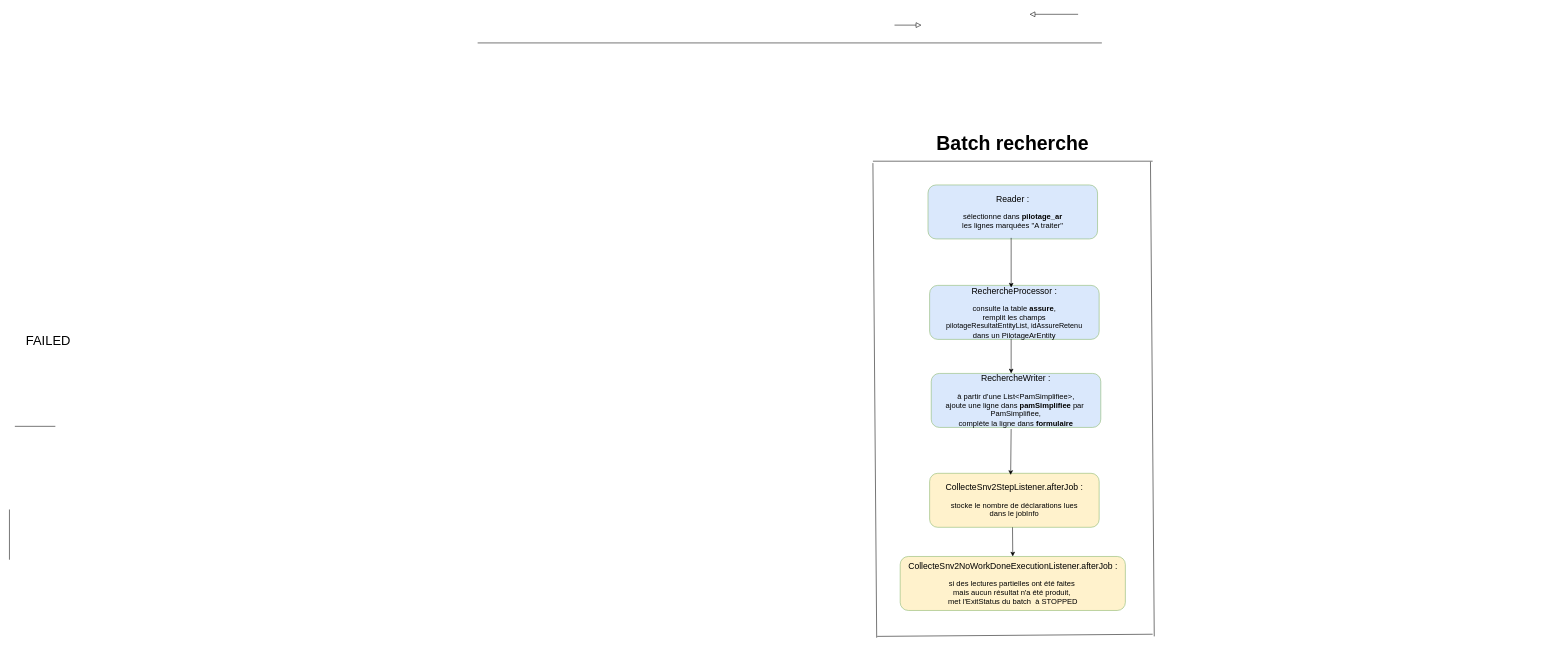
Above: Copie de flux_decipam_snv2_collecte.drawio in ewan-delanoy/uml_diagram (draw.io), before the change. Source tidied: cells renumbered, new cells numbered last; positions are measured from the earlier drawing's top-left corner, leaving out a move shared by most shapes. Both pictures are drawn from the tidied source at 54%, with x=0, y=0 at pixel (9, 14).
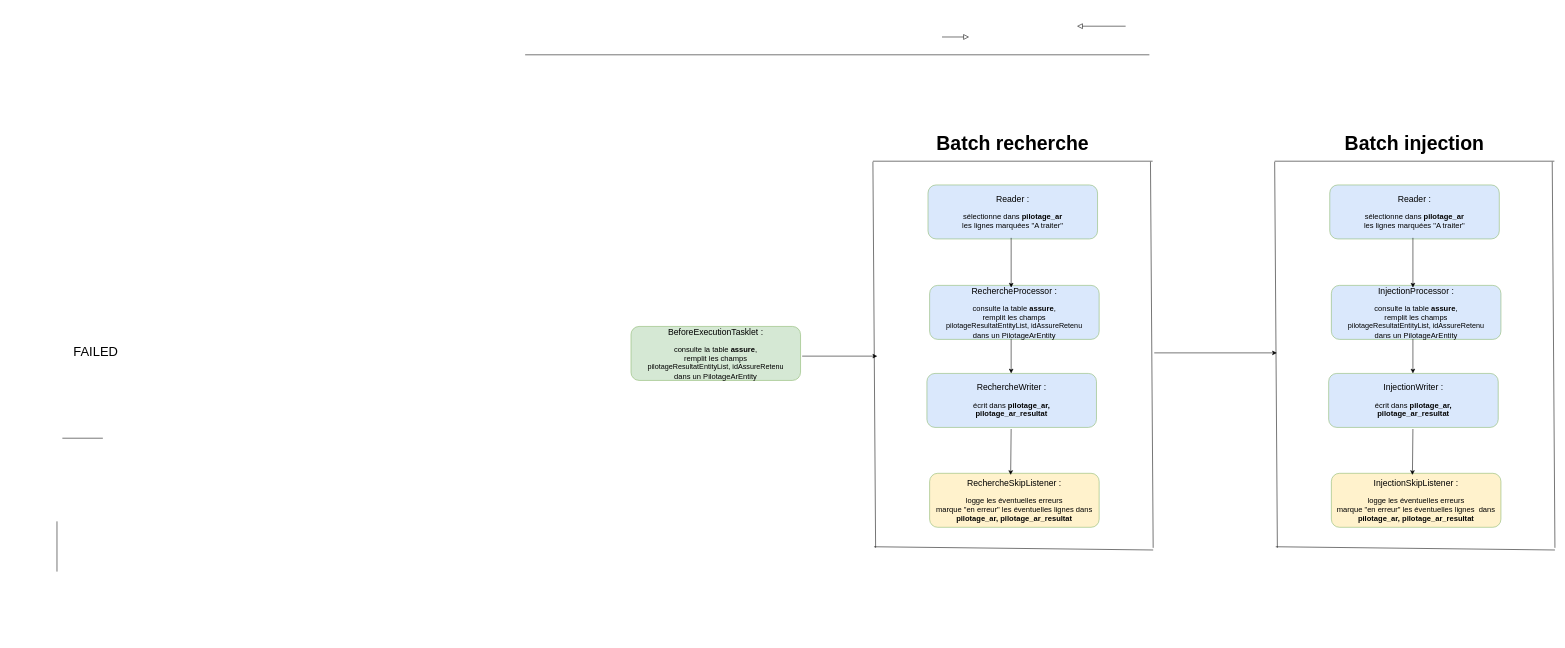
Above is the later version.

Commit message:
Mettre à jour Copie de flux_decipam_snv2_collecte.drawio

Change to the diagram source:
```diff
@@
     <mxCell id="2" style="edgeStyle=orthogonalEdgeStyle;rounded=1;html=1;jettySize=auto;orthogonalLoop=1;fontSize=11;endArrow=block;endFill=0;endSize=8;strokeWidth=1;shadow=0;labelBackgroundColor=none;" parent="1" edge="1">
       <mxGeometry y="10" relative="1" as="geometry">
-        <mxPoint x="1979" as="sourcePoint" />
-        <mxPoint x="1889" as="targetPoint" />
+        <mxPoint x="2067" y="22" as="sourcePoint" />
+        <mxPoint x="1977" y="22" as="targetPoint" />
       </mxGeometry>
     </mxCell>
     <mxCell id="3" style="edgeStyle=orthogonalEdgeStyle;rounded=1;html=1;jettySize=auto;orthogonalLoop=1;fontSize=11;endArrow=block;endFill=0;endSize=8;strokeWidth=1;shadow=0;labelBackgroundColor=none;" parent="1" edge="1">
       <mxGeometry y="10" relative="1" as="geometry">
-        <mxPoint x="1639" y="20" as="sourcePoint" />
-        <mxPoint x="1689" y="20" as="targetPoint" />
+        <mxPoint x="1727" y="42" as="sourcePoint" />
+        <mxPoint x="1777" y="42" as="targetPoint" />
       </mxGeometry>
     </mxCell>
     <mxCell id="4" style="endArrow=none;html=1;rounded=0;" parent="1" edge="1">
       <mxGeometry relative="1" as="geometry">
-        <mxPoint x="867" y="53" as="sourcePoint" />
-        <mxPoint x="2023" y="53" as="targetPoint" />
+        <mxPoint x="955" y="75" as="sourcePoint" />
+        <mxPoint x="2111" y="75" as="targetPoint" />
       </mxGeometry>
     </mxCell>
@@
-    <mxCell id="7" value="&lt;div&gt;&lt;font style=&quot;font-size: 16px;&quot;&gt;RechercheWriter :&lt;/font&gt;&lt;/div&gt; &lt;div&gt;&lt;br&gt;&lt;/div&gt;&lt;div&gt;&lt;font style=&quot;font-size: 14px;&quot;&gt;à partir d'une List&amp;lt;PamSimplifiee&amp;gt;,&lt;/font&gt;&lt;/div&gt;&lt;div&gt;&lt;font style=&quot;font-size: 14px;&quot;&gt;ajoute une ligne dans &lt;/font&gt;&lt;font style=&quot;font-size: 14px;&quot;&gt;&lt;b&gt;pamSimplifiee&lt;/b&gt;&lt;/font&gt;&lt;font style=&quot;font-size: 14px;&quot;&gt; par&amp;nbsp; &lt;/font&gt;&lt;font style=&quot;font-size: 14px;&quot;&gt;PamSimplifiee,&lt;/font&gt;&lt;/div&gt;&lt;div&gt;&lt;font style=&quot;font-size: 14px;&quot;&gt;complète la ligne dans &lt;b&gt;formulaire&lt;/b&gt;&lt;/font&gt;&lt;/div&gt;" style="rounded=1;whiteSpace=wrap;html=1;fontSize=12;glass=0;strokeWidth=1;shadow=0;fillColor=#dae8fc;strokeColor=#82b366;" parent="1" vertex="1">
-      <mxGeometry x="1707" y="665" width="314" height="100" as="geometry" />
+    <mxCell id="7" value="&lt;div&gt;&lt;font style=&quot;font-size: 16px;&quot;&gt;RechercheWriter :&lt;/font&gt;&lt;/div&gt; &lt;div&gt;&lt;br&gt;&lt;/div&gt;&lt;div&gt;&lt;font style=&quot;font-size: 14px;&quot;&gt;écrit dans &lt;b&gt;pilotage_ar,&lt;/b&gt;&lt;/font&gt;&lt;/div&gt;&lt;div&gt;&lt;b&gt;&lt;font style=&quot;font-size: 14px;&quot;&gt;pilotage_ar_resultat&lt;br&gt;&lt;/font&gt;&lt;/b&gt;&lt;/div&gt;" style="rounded=1;whiteSpace=wrap;html=1;fontSize=12;glass=0;strokeWidth=1;shadow=0;fillColor=#dae8fc;strokeColor=#82b366;" parent="1" vertex="1">
+      <mxGeometry x="1699" y="665" width="314" height="100" as="geometry" />
     </mxCell>
-    <mxCell id="8" value="&lt;div&gt;&lt;font style=&quot;font-size: 16px;&quot;&gt;CollecteSnv2StepListener.afterJob :&lt;/font&gt;&lt;/div&gt; &lt;div&gt;&lt;br&gt;&lt;/div&gt;&lt;div&gt;&lt;font style=&quot;font-size: 14px;&quot;&gt;stocke le nombre de déclarations lues&lt;/font&gt;&lt;/div&gt;&lt;div&gt;&lt;font style=&quot;font-size: 14px;&quot;&gt;dans le jobInfo&lt;br&gt;&lt;/font&gt;&lt;/div&gt;" style="rounded=1;whiteSpace=wrap;html=1;fontSize=12;glass=0;strokeWidth=1;shadow=0;fillColor=#fff2cc;strokeColor=#82b366;" parent="1" vertex="1">
+    <mxCell id="8" value="&lt;div&gt;&lt;font style=&quot;font-size: 16px;&quot;&gt;RechercheSkipListener :&lt;/font&gt;&lt;/div&gt; &lt;div&gt;&lt;br&gt;&lt;/div&gt;&lt;div&gt;&lt;font style=&quot;font-size: 14px;&quot;&gt;logge les éventuelles erreurs&lt;/font&gt;&lt;/div&gt;&lt;div&gt;&lt;font style=&quot;font-size: 14px;&quot;&gt;marque &quot;en erreur&quot; les éventuelles lignes dans&lt;/font&gt;&lt;/div&gt;&lt;div&gt;&lt;font style=&quot;font-size: 14px;&quot;&gt;&lt;b&gt;pilotage_ar, &lt;/b&gt;&lt;/font&gt;&lt;b&gt;&lt;font style=&quot;font-size: 14px;&quot;&gt;pilotage_ar_resultat&lt;/font&gt;&lt;/b&gt;&lt;/div&gt;" style="rounded=1;whiteSpace=wrap;html=1;fontSize=12;glass=0;strokeWidth=1;shadow=0;fillColor=#fff2cc;strokeColor=#82b366;" parent="1" vertex="1">
       <mxGeometry x="1704" y="850" width="314" height="100" as="geometry" />
     </mxCell>
-    <mxCell id="9" value="&lt;div&gt;&lt;font style=&quot;font-size: 16px;&quot;&gt;CollecteSnv2NoWorkDoneExecutionListener.afterJob :&lt;/font&gt;&lt;/div&gt; &lt;div&gt;&lt;br&gt;&lt;/div&gt;&lt;div&gt;&lt;font style=&quot;font-size: 14px;&quot;&gt;si des lectures partielles ont été faites&amp;nbsp;&lt;/font&gt;&lt;/div&gt;&lt;div&gt;&lt;font style=&quot;font-size: 14px;&quot;&gt;mais aucun résultat n'a été produit,&amp;nbsp;&lt;/font&gt;&lt;/div&gt;&lt;div&gt;&lt;font style=&quot;font-size: 14px;&quot;&gt;met l'ExitStatus du batch&amp;nbsp; à STOPPED&lt;br&gt;&lt;/font&gt;&lt;/div&gt;" style="rounded=1;whiteSpace=wrap;html=1;fontSize=12;glass=0;strokeWidth=1;shadow=0;fillColor=#fff2cc;strokeColor=#82b366;" parent="1" vertex="1">
-      <mxGeometry x="1649.5" y="1004" width="417" height="100" as="geometry" />
-    </mxCell>
     <mxCell id="10" style="endArrow=none;html=1;rounded=0;" parent="1" edge="1">
       <mxGeometry relative="1" as="geometry">
-        <mxPoint x="10" y="763" as="sourcePoint" />
-        <mxPoint x="85" y="763" as="targetPoint" />
+        <mxPoint x="98" y="785" as="sourcePoint" />
+        <mxPoint x="173" y="785" as="targetPoint" />
       </mxGeometry>
     </mxCell>
@@
     <mxCell id="12" style="endArrow=none;html=1;rounded=0;" parent="1" edge="1">
       <mxGeometry relative="1" as="geometry">
-        <mxPoint x="1607" y="1152" as="sourcePoint" />
-        <mxPoint x="2117" y="1148" as="targetPoint" />
+        <mxPoint x="1601" y="986" as="sourcePoint" />
+        <mxPoint x="2118" y="992" as="targetPoint" />
       </mxGeometry>
     </mxCell>
     <mxCell id="13" style="endArrow=none;html=1;rounded=0;" parent="1" edge="1">
       <mxGeometry relative="1" as="geometry">
-        <mxPoint y="917" as="sourcePoint" />
-        <mxPoint y="1010" as="targetPoint" />
+        <mxPoint x="88" y="939" as="sourcePoint" />
+        <mxPoint x="88" y="1032" as="targetPoint" />
       </mxGeometry>
     </mxCell>
     <mxCell id="14" style="endArrow=none;html=1;rounded=0;" parent="1" edge="1">
       <mxGeometry relative="1" as="geometry">
         <mxPoint x="2113" y="273" as="sourcePoint" />
-        <mxPoint x="2120" y="1152" as="targetPoint" />
+        <mxPoint x="2118" y="988" as="targetPoint" />
       </mxGeometry>
     </mxCell>
-    <mxCell id="15" style="endArrow=none;html=1;rounded=0;" parent="1" edge="1">
-      <mxGeometry relative="1" as="geometry">
-        <mxPoint x="1599" y="275.5" as="sourcePoint" />
-        <mxPoint x="1606" y="1154.5" as="targetPoint" />
-      </mxGeometry>
-    </mxCell>
@@
-    <mxCell id="20" style="endArrow=classic;html=1;rounded=0;entryX=0.5;entryY=0;entryDx=0;entryDy=0;" parent="1" edge="1" target="9">
-      <mxGeometry relative="1" as="geometry">
-        <mxPoint x="1857.5" y="950" as="sourcePoint" />
-      </mxGeometry>
-    </mxCell>
     <mxCell id="21" value="&lt;font style=&quot;font-size: 24px;&quot;&gt;FAILED&lt;/font&gt;" style="text;html=1;align=center;verticalAlign=middle;whiteSpace=wrap;rounded=0;" parent="1" vertex="1">
-      <mxGeometry x="7" y="574" width="130" height="60" as="geometry" />
+      <mxGeometry x="95" y="596" width="130" height="60" as="geometry" />
     </mxCell>
+    <mxCell id="22" style="endArrow=none;html=1;rounded=0;" parent="1" edge="1">
+      <mxGeometry relative="1" as="geometry">
+        <mxPoint x="1599" y="273" as="sourcePoint" />
+        <mxPoint x="1604" y="988" as="targetPoint" />
+      </mxGeometry>
+    </mxCell>
+    <mxCell id="23" value="&lt;div&gt;&lt;font style=&quot;font-size: 16px;&quot;&gt;Reader :&lt;/font&gt;&lt;/div&gt; &lt;div&gt;&lt;br&gt;&lt;/div&gt;&lt;div&gt;&lt;font style=&quot;font-size: 14px;&quot;&gt;sélectionne dans &lt;b&gt;pilotage_ar&lt;/b&gt;&lt;/font&gt;&lt;/div&gt;&lt;div&gt;&lt;font style=&quot;font-size: 14px;&quot;&gt;les lignes marquées &quot;A traiter&quot;&lt;br&gt;&lt;/font&gt;&lt;/div&gt;" style="rounded=1;whiteSpace=wrap;html=1;fontSize=12;glass=0;strokeWidth=1;shadow=0;fillColor=#dae8fc;strokeColor=#82b366;" parent="1" vertex="1">
+      <mxGeometry x="2445" y="316" width="314" height="100" as="geometry" />
+    </mxCell>
+    <mxCell id="24" value="&lt;div&gt;&lt;font style=&quot;font-size: 16px;&quot;&gt;InjectionProcessor :&lt;/font&gt;&lt;/div&gt; &lt;div&gt;&lt;br&gt;&lt;/div&gt;&lt;div&gt;&lt;font style=&quot;font-size: 14px;&quot;&gt;consulte la table &lt;b&gt;assure&lt;/b&gt;,&lt;/font&gt;&lt;/div&gt;&lt;div&gt;&lt;font style=&quot;font-size: 14px;&quot;&gt;remplit les champs &lt;br&gt;&lt;/font&gt;&lt;/div&gt;&lt;div&gt;&lt;span style=&quot;font-size:10.0pt;mso-bidi-font-size:11.0pt;&lt;br/&gt;line-height:115%;font-family:&amp;quot;Arial&amp;quot;,sans-serif;mso-fareast-font-family:Calibri;&lt;br/&gt;mso-bidi-font-family:Calibri;mso-ansi-language:FR;mso-fareast-language:EN-US;&lt;br/&gt;mso-bidi-language:AR-SA&quot;&gt;pilotageResultatEntityList, idAssureRetenu&lt;/span&gt;&lt;/div&gt;&lt;div&gt;&lt;font style=&quot;font-size: 14px;&quot;&gt;&lt;span style=&quot;font-family: &amp;quot;Arial&amp;quot;, sans-serif;&quot;&gt;dan&lt;/span&gt;&lt;span style=&quot;font-family: &amp;quot;Arial&amp;quot;, sans-serif;&quot;&gt;s un PilotageArEntity&lt;br&gt;&lt;/span&gt;&lt;/font&gt;&lt;/div&gt;" style="rounded=1;whiteSpace=wrap;html=1;fontSize=12;glass=0;strokeWidth=1;shadow=0;fillColor=#dae8fc;strokeColor=#82b366;" parent="1" vertex="1">
+      <mxGeometry x="2448" y="502" width="314" height="100" as="geometry" />
+    </mxCell>
+    <mxCell id="25" value="&lt;div&gt;&lt;font style=&quot;font-size: 16px;&quot;&gt;InjectionWriter :&lt;/font&gt;&lt;/div&gt; &lt;div&gt;&lt;br&gt;&lt;/div&gt;&lt;div&gt;&lt;font style=&quot;font-size: 14px;&quot;&gt;écrit dans &lt;b&gt;pilotage_ar,&lt;/b&gt;&lt;/font&gt;&lt;/div&gt;&lt;div&gt;&lt;b&gt;&lt;font style=&quot;font-size: 14px;&quot;&gt;pilotage_ar_resultat&lt;br&gt;&lt;/font&gt;&lt;/b&gt;&lt;/div&gt;" style="rounded=1;whiteSpace=wrap;html=1;fontSize=12;glass=0;strokeWidth=1;shadow=0;fillColor=#dae8fc;strokeColor=#82b366;" parent="1" vertex="1">
+      <mxGeometry x="2443" y="665" width="314" height="100" as="geometry" />
+    </mxCell>
+    <mxCell id="26" value="&lt;div&gt;&lt;font style=&quot;font-size: 16px;&quot;&gt;InjectionSkipListener :&lt;/font&gt;&lt;/div&gt; &lt;div&gt;&lt;br&gt;&lt;/div&gt;&lt;div&gt;&lt;font style=&quot;font-size: 14px;&quot;&gt;logge les éventuelles erreurs&lt;/font&gt;&lt;/div&gt;&lt;div&gt;&lt;font style=&quot;font-size: 14px;&quot;&gt;marque &quot;en erreur&quot; les éventuelles lignes&amp;nbsp; dans&lt;/font&gt;&lt;/div&gt;&lt;div&gt;&lt;font style=&quot;font-size: 14px;&quot;&gt;&lt;b&gt;pilotage_ar, &lt;/b&gt;&lt;/font&gt;&lt;b&gt;&lt;font style=&quot;font-size: 14px;&quot;&gt;pilotage_ar_resultat&lt;/font&gt;&lt;/b&gt;&lt;/div&gt;" style="rounded=1;whiteSpace=wrap;html=1;fontSize=12;glass=0;strokeWidth=1;shadow=0;fillColor=#fff2cc;strokeColor=#82b366;" parent="1" vertex="1">
+      <mxGeometry x="2448" y="850" width="314" height="100" as="geometry" />
+    </mxCell>
+    <mxCell id="27" style="endArrow=none;html=1;rounded=0;" parent="1" edge="1">
+      <mxGeometry relative="1" as="geometry">
+        <mxPoint x="2343" y="272" as="sourcePoint" />
+        <mxPoint x="2861" y="272" as="targetPoint" />
+      </mxGeometry>
+    </mxCell>
+    <mxCell id="28" style="endArrow=none;html=1;rounded=0;" parent="1" edge="1">
+      <mxGeometry relative="1" as="geometry">
+        <mxPoint x="2345" y="986" as="sourcePoint" />
+        <mxPoint x="2862" y="992" as="targetPoint" />
+      </mxGeometry>
+    </mxCell>
+    <mxCell id="29" style="endArrow=none;html=1;rounded=0;" parent="1" edge="1">
+      <mxGeometry relative="1" as="geometry">
+        <mxPoint x="2857" y="273" as="sourcePoint" />
+        <mxPoint x="2862" y="988" as="targetPoint" />
+      </mxGeometry>
+    </mxCell>
+    <mxCell id="30" value="&lt;div&gt;&lt;font style=&quot;font-size: 36px;&quot;&gt;&lt;b&gt;Batch injection&lt;br&gt;&lt;/b&gt;&lt;/font&gt;&lt;/div&gt;&lt;div&gt;&lt;font size=&quot;3&quot;&gt;&lt;b&gt;&lt;br&gt;&lt;/b&gt;&lt;/font&gt;&lt;/div&gt;" style="text;html=1;align=center;verticalAlign=middle;whiteSpace=wrap;rounded=0;" parent="1" vertex="1">
+      <mxGeometry x="2368" y="210" width="468" height="78" as="geometry" />
+    </mxCell>
+    <mxCell id="31" style="endArrow=classic;html=1;rounded=0;entryX=0.481;entryY=0.04;entryDx=0;entryDy=0;entryPerimeter=0;" parent="1" edge="1" target="24">
+      <mxGeometry relative="1" as="geometry">
+        <mxPoint x="2599" y="414" as="sourcePoint" />
+      </mxGeometry>
+    </mxCell>
+    <mxCell id="32" style="endArrow=classic;html=1;rounded=0;" parent="1" edge="1">
+      <mxGeometry relative="1" as="geometry">
+        <mxPoint x="2599" y="601" as="sourcePoint" />
+        <mxPoint x="2599" y="665" as="targetPoint" />
+      </mxGeometry>
+    </mxCell>
+    <mxCell id="33" style="endArrow=classic;html=1;rounded=0;entryX=0.478;entryY=0.03;entryDx=0;entryDy=0;entryPerimeter=0;" parent="1" edge="1" target="26">
+      <mxGeometry relative="1" as="geometry">
+        <mxPoint x="2599" y="768" as="sourcePoint" />
+      </mxGeometry>
+    </mxCell>
+    <mxCell id="34" style="endArrow=none;html=1;rounded=0;" parent="1" edge="1">
+      <mxGeometry relative="1" as="geometry">
+        <mxPoint x="2343" y="273" as="sourcePoint" />
+        <mxPoint x="2348" y="988" as="targetPoint" />
+      </mxGeometry>
+    </mxCell>
+    <mxCell id="35" value="&lt;div&gt;&lt;font style=&quot;font-size: 16px;&quot;&gt;BeforeExecutionTasklet :&lt;/font&gt;&lt;/div&gt; &lt;div&gt;&lt;br&gt;&lt;/div&gt;&lt;div&gt;&lt;font style=&quot;font-size: 14px;&quot;&gt;consulte la table &lt;b&gt;assure&lt;/b&gt;,&lt;/font&gt;&lt;/div&gt;&lt;div&gt;&lt;font style=&quot;font-size: 14px;&quot;&gt;remplit les champs &lt;br&gt;&lt;/font&gt;&lt;/div&gt;&lt;div&gt;&lt;span style=&quot;font-size:10.0pt;mso-bidi-font-size:11.0pt;&lt;br/&gt;line-height:115%;font-family:&amp;quot;Arial&amp;quot;,sans-serif;mso-fareast-font-family:Calibri;&lt;br/&gt;mso-bidi-font-family:Calibri;mso-ansi-language:FR;mso-fareast-language:EN-US;&lt;br/&gt;mso-bidi-language:AR-SA&quot;&gt;pilotageResultatEntityList, idAssureRetenu&lt;/span&gt;&lt;/div&gt;&lt;div&gt;&lt;font style=&quot;font-size: 14px;&quot;&gt;&lt;span style=&quot;font-family: &amp;quot;Arial&amp;quot;, sans-serif;&quot;&gt;dan&lt;/span&gt;&lt;span style=&quot;font-family: &amp;quot;Arial&amp;quot;, sans-serif;&quot;&gt;s un PilotageArEntity&lt;br&gt;&lt;/span&gt;&lt;/font&gt;&lt;/div&gt;" style="rounded=1;whiteSpace=wrap;html=1;fontSize=12;glass=0;strokeWidth=1;shadow=0;fillColor=#d5e8d4;strokeColor=#82b366;" parent="1" vertex="1">
+      <mxGeometry x="1151" y="578" width="314" height="100" as="geometry" />
+    </mxCell>
+    <mxCell id="36" style="endArrow=classic;html=1;rounded=0;" parent="1" edge="1">
+      <mxGeometry relative="1" as="geometry">
+        <mxPoint x="1468" y="633" as="sourcePoint" />
+        <mxPoint x="1607" y="633" as="targetPoint" />
+      </mxGeometry>
+    </mxCell>
+    <mxCell id="37" style="endArrow=classic;html=1;rounded=0;" parent="1" edge="1">
+      <mxGeometry relative="1" as="geometry">
+        <mxPoint x="2120" y="627" as="sourcePoint" />
+        <mxPoint x="2347" y="627" as="targetPoint" />
+      </mxGeometry>
+    </mxCell>
```
